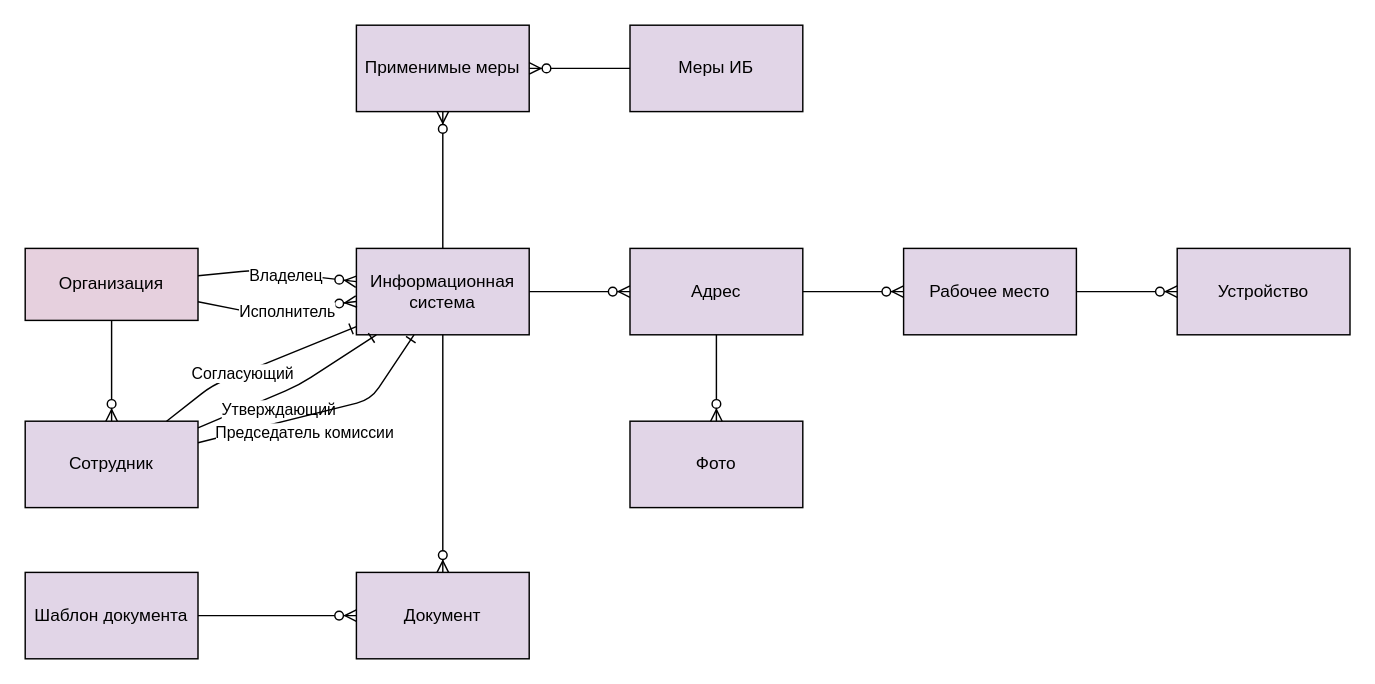
alex-chin/GB_mysql keeps this draw.io diagram as page "ИС" (1 of 2) of course_work/Защита ИС.drawio. Above is the earlier version. Source tidied: cells renumbered, new cells numbered last; positions are measured from the earlier drawing's top-left corner, leaving out a move shared by most shapes. Both pictures are drawn from the tidied source at 144%, with x=0, y=0 at pixel (24, 24).
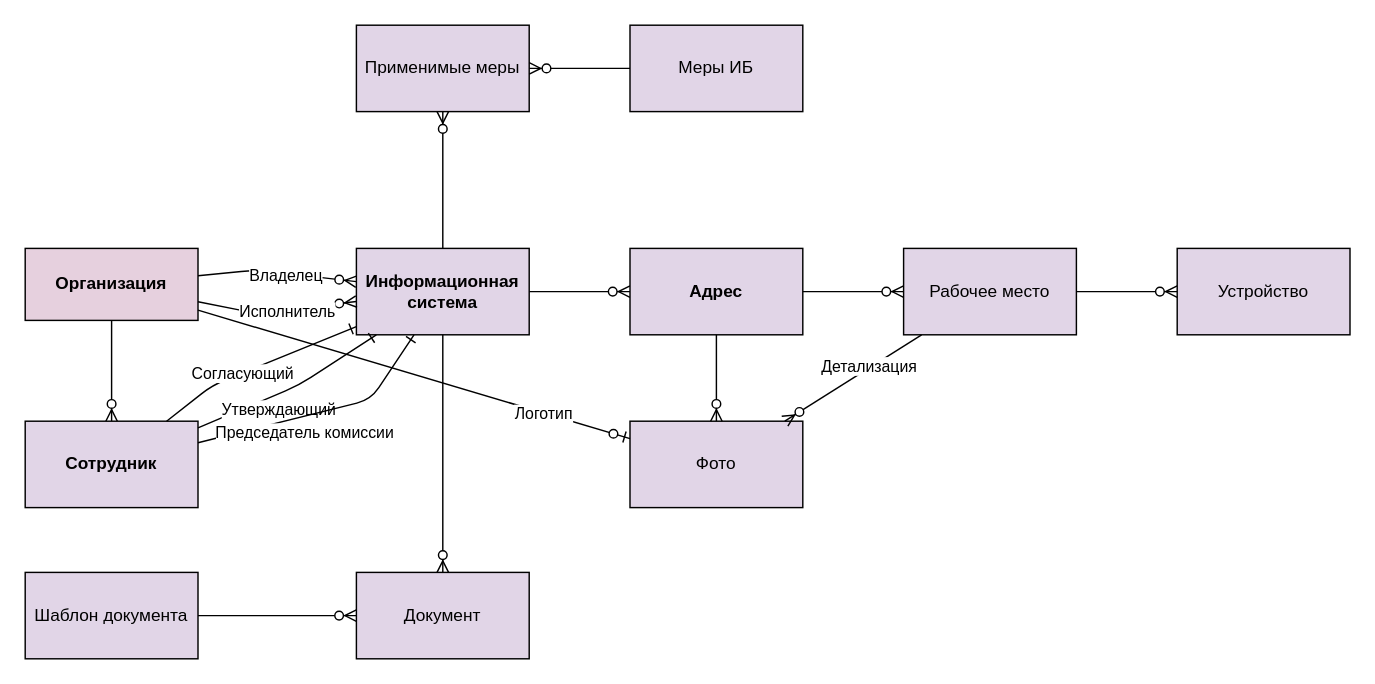
The same page after the edit.

Unchanged cells that the change refers to:
```xml
<mxCell id="12" value="Рабочее место" style="whiteSpace=wrap;html=1;fillColor=#E1D5E7;" parent="1" vertex="1">
  <mxGeometry x="610" y="155" width="120" height="60" as="geometry" />
</mxCell>
<mxCell id="26" value="Фото" style="whiteSpace=wrap;html=1;fillColor=#E1D5E7;" parent="1" vertex="1">
  <mxGeometry x="420" y="275" width="120" height="60" as="geometry" />
</mxCell>
```

Change to the diagram source:
```diff
@@
-    <mxCell id="5" value="Организация" style="whiteSpace=wrap;html=1;align=center;fillColor=#E6D0DE;" parent="1" vertex="1">
+    <mxCell id="5" value="&lt;b&gt;Организация&lt;/b&gt;" style="whiteSpace=wrap;html=1;align=center;fillColor=#E6D0DE;" parent="1" vertex="1">
       <mxGeometry y="155" width="120" height="50" as="geometry" />
     </mxCell>
-    <mxCell id="6" value="Сотрудник" style="whiteSpace=wrap;html=1;fillColor=#E1D5E7;" parent="1" vertex="1">
+    <mxCell id="6" value="&lt;b&gt;Сотрудник&lt;/b&gt;" style="whiteSpace=wrap;html=1;fillColor=#E1D5E7;" parent="1" vertex="1">
       <mxGeometry y="275" width="120" height="60" as="geometry" />
     </mxCell>
@@
-    <mxCell id="8" value="Информационная система" style="whiteSpace=wrap;html=1;fillColor=#E1D5E7;" parent="1" vertex="1">
+    <mxCell id="8" value="&lt;b&gt;Информационная система&lt;/b&gt;" style="whiteSpace=wrap;html=1;fillColor=#E1D5E7;" parent="1" vertex="1">
       <mxGeometry x="230" y="155" width="120" height="60" as="geometry" />
     </mxCell>
@@
-    <mxCell id="10" value="Адрес" style="whiteSpace=wrap;html=1;fillColor=#E1D5E7;" parent="1" vertex="1">
+    <mxCell id="10" value="&lt;b&gt;Адрес&lt;/b&gt;" style="whiteSpace=wrap;html=1;fillColor=#E1D5E7;" parent="1" vertex="1">
       <mxGeometry x="420" y="155" width="120" height="60" as="geometry" />
     </mxCell>
@@
+    <mxCell id="32" style="fontSize=12;html=1;endArrow=ERzeroToMany;endFill=1;fillColor=#E1D5E7;" parent="1" edge="1" source="12" target="26">
+      <mxGeometry relative="1" as="geometry" />
+    </mxCell>
+    <mxCell id="33" value="Детализация" style="edgeLabel;html=1;align=center;verticalAlign=middle;" parent="32" vertex="1">
+      <mxGeometry x="-0.24" y="-2" relative="1" as="geometry" />
+    </mxCell>
+    <mxCell id="34" style="fontSize=12;html=1;endArrow=ERzeroToOne;endFill=1;fillColor=#E1D5E7;" parent="1" edge="1" source="5" target="26">
+      <mxGeometry relative="1" as="geometry" />
+    </mxCell>
+    <mxCell id="35" value="Логотип" style="edgeLabel;html=1;align=center;verticalAlign=middle;" parent="34" vertex="1">
+      <mxGeometry x="0.63" y="2" relative="1" as="geometry">
+        <mxPoint x="-5" y="1.3" as="offset" />
+      </mxGeometry>
+    </mxCell>
```
